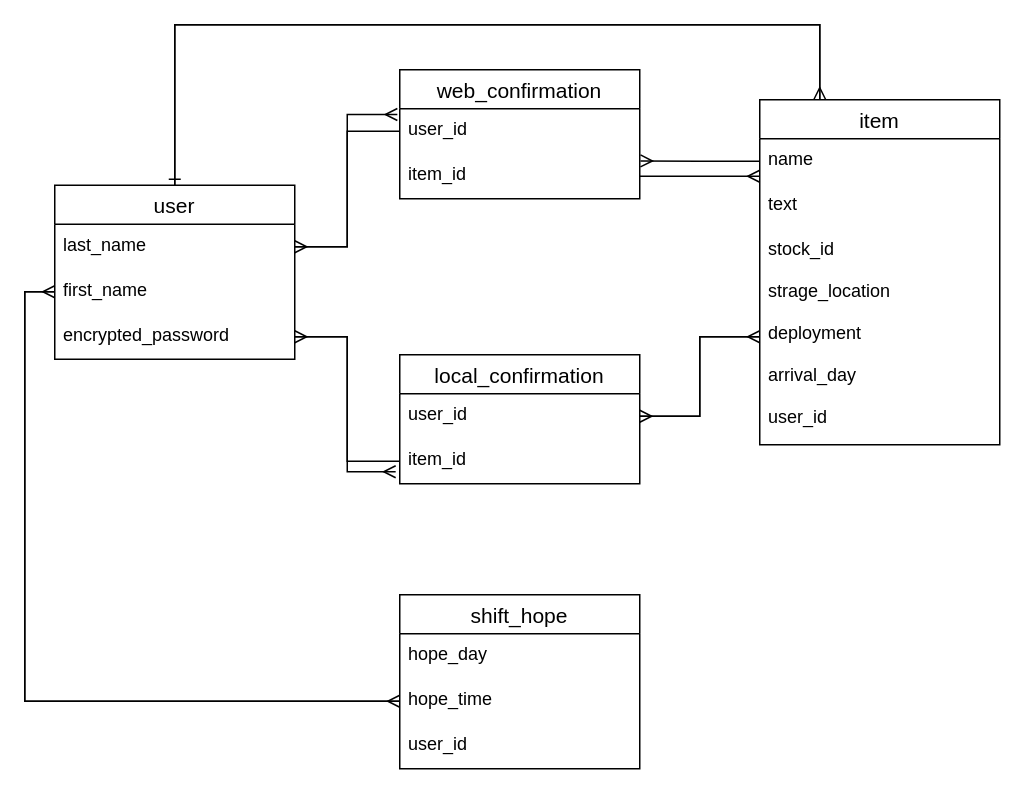
This is ER.dio from nakakou0703/kyo_yu_2021, a draw.io file, before an edit. Source tidied: cells renumbered, new cells numbered last; positions are measured from the earlier drawing's top-left corner, leaving out a move shared by most shapes. Both pictures are drawn from the tidied source at 150%, with x=0, y=0 at pixel (54, 24).
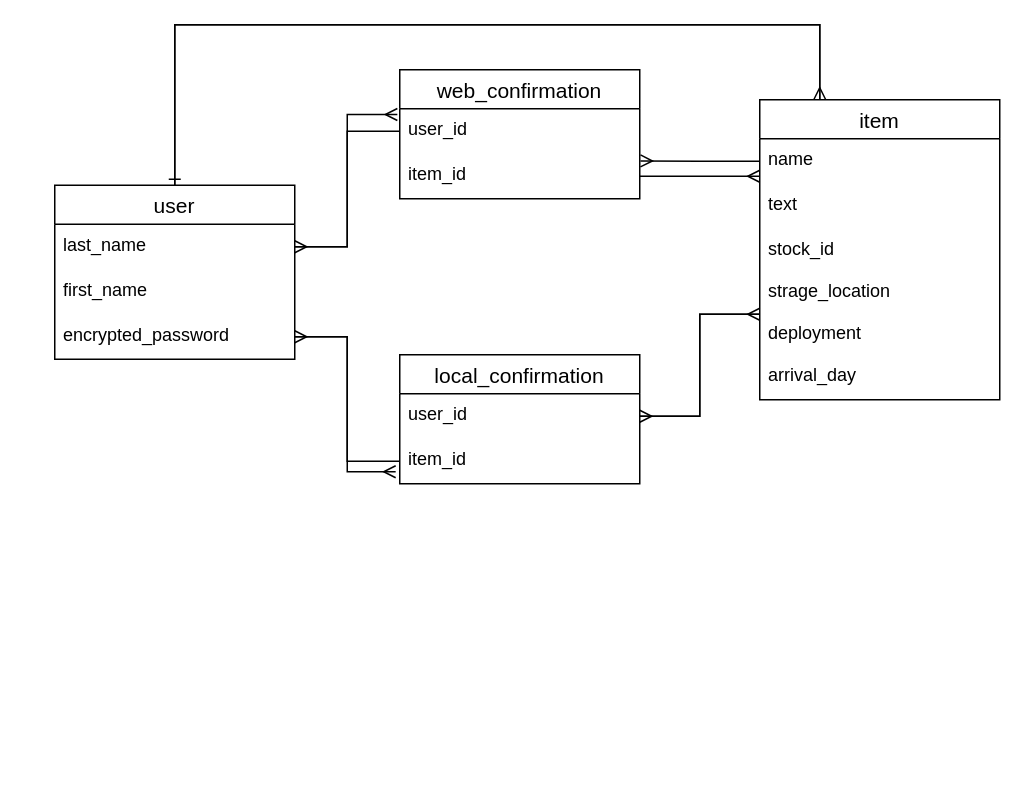
The same diagram, later.

The change refers to these unchanged cells:
```xml
<mxCell id="5" value="first_name" style="text;strokeColor=none;fillColor=none;spacingLeft=4;spacingRight=4;overflow=hidden;points=[[0,0.5],[1,0.5]];portConstraint=eastwest;fontSize=12;" parent="3" vertex="1">
  <mxGeometry y="56" width="160" height="30" as="geometry" />
</mxCell>
```

Diff of the diagram source:
```diff
@@
     <mxCell id="8" value="item" style="swimlane;fontStyle=0;horizontal=1;startSize=26;align=center;fontSize=14;" parent="1" vertex="1">
-      <mxGeometry x="470" y="50" width="160" height="230" as="geometry" />
+      <mxGeometry x="470" y="50" width="160" height="200" as="geometry" />
     </mxCell>
@@
-    <mxCell id="11" value="stock_id&#10;&#10;strage_location&#10;&#10;deployment&#10;&#10;arrival_day&#10;&#10;user_id" style="text;strokeColor=none;fillColor=none;spacingLeft=4;spacingRight=4;overflow=hidden;points=[[0,0.5],[1,0.5]];portConstraint=eastwest;fontSize=12;" parent="8" vertex="1">
-      <mxGeometry y="86" width="160" height="144" as="geometry" />
+    <mxCell id="11" value="stock_id&#10;&#10;strage_location&#10;&#10;deployment&#10;&#10;arrival_day" style="text;strokeColor=none;fillColor=none;spacingLeft=4;spacingRight=4;overflow=hidden;points=[[0,0.5],[1,0.5]];portConstraint=eastwest;fontSize=12;" parent="8" vertex="1">
+      <mxGeometry y="86" width="160" height="114" as="geometry" />
     </mxCell>
@@
-    <mxCell id="15" value="shift_hope" style="swimlane;fontStyle=0;horizontal=1;startSize=26;align=center;fontSize=14;" parent="1" vertex="1">
-      <mxGeometry x="230" y="380" width="160" height="116" as="geometry" />
-    </mxCell>
-    <mxCell id="16" value="hope_day" style="text;strokeColor=none;fillColor=none;spacingLeft=4;spacingRight=4;overflow=hidden;fontSize=12;" parent="15" vertex="1">
-      <mxGeometry y="26" width="160" height="30" as="geometry" />
-    </mxCell>
-    <mxCell id="17" value="hope_time" style="text;strokeColor=none;fillColor=none;spacingLeft=4;spacingRight=4;overflow=hidden;points=[[0,0.5],[1,0.5]];portConstraint=eastwest;fontSize=12;" parent="15" vertex="1">
-      <mxGeometry y="56" width="160" height="30" as="geometry" />
-    </mxCell>
-    <mxCell id="18" value="user_id" style="text;strokeColor=none;fillColor=none;spacingLeft=4;spacingRight=4;overflow=hidden;fontSize=12;" parent="15" vertex="1">
-      <mxGeometry y="86" width="160" height="30" as="geometry" />
-    </mxCell>
@@
-    <mxCell id="22" style="edgeStyle=orthogonalEdgeStyle;rounded=0;jettySize=auto;html=1;exitX=0;exitY=0.5;exitDx=0;exitDy=0;entryX=0;entryY=0.5;entryDx=0;entryDy=0;endArrow=ERmany;endFill=0;" parent="1" edge="1" source="5" target="17">
-      <mxGeometry relative="1" as="geometry" />
-    </mxCell>
-    <mxCell id="23" style="edgeStyle=orthogonalEdgeStyle;rounded=0;jettySize=auto;html=1;exitX=0;exitY=0.5;exitDx=0;exitDy=0;entryX=0;entryY=0.5;entryDx=0;entryDy=0;endArrow=ERmany;endFill=0;" parent="1" edge="1" source="17" target="5">
-      <mxGeometry relative="1" as="geometry" />
-    </mxCell>
```
